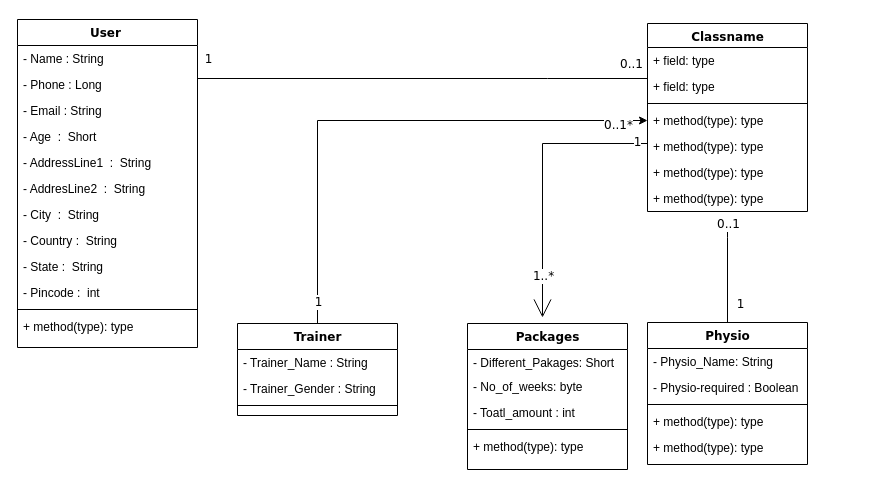
Before: Untitled Diagram.drawio in tcsrushabh/gitpractice, a draw.io diagram. Source tidied: cells renumbered, new cells numbered last; positions are measured from the earlier drawing's top-left corner, leaving out a move shared by most shapes. Both pictures are drawn from the tidied source at 100%, with x=0, y=0 at pixel (17, 19).
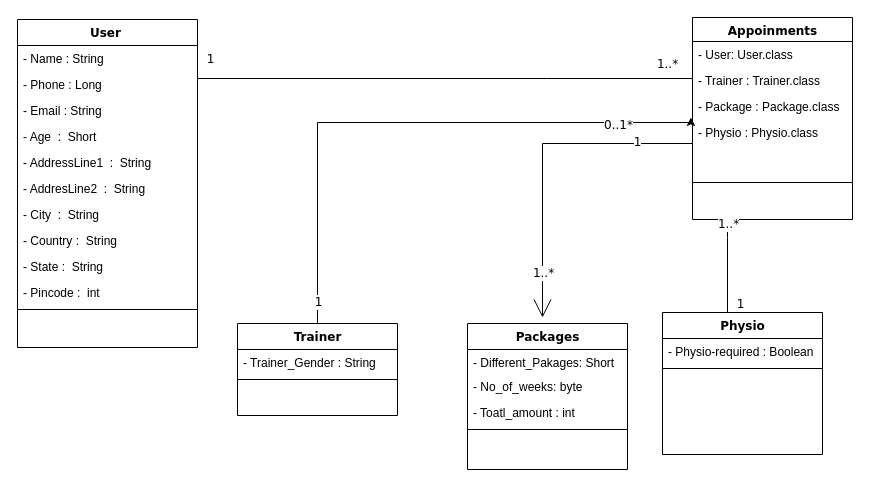
Above is the later version.

The change refers to these unchanged cells:
```xml
<mxCell id="2" value="User&amp;nbsp;" style="swimlane;html=1;fontStyle=1;align=center;verticalAlign=top;horizontal=1;startSize=26;swimlaneFillColor=#ffffff;rounded=0;shadow=0;comic=0;labelBackgroundColor=none;strokeWidth=1;fillColor=none;fontFamily=Verdana;fontSize=12;" parent="1" vertex="1">
  <mxGeometry width="180" height="328" as="geometry" />
</mxCell>
<mxCell id="17" style="edgeStyle=orthogonalEdgeStyle;rounded=0;html=1;labelBackgroundColor=none;startArrow=none;startFill=0;startSize=8;endArrow=none;endFill=0;endSize=16;fontFamily=Verdana;fontSize=12;" parent="1" edge="1" source="20" target="2">
  <mxGeometry relative="1" as="geometry">
    <Array as="points">
      <mxPoint x="530" y="59" />
      <mxPoint x="530" y="59" />
    </Array>
  </mxGeometry>
</mxCell>
<mxCell id="29" value="Trainer" style="swimlane;html=1;fontStyle=1;align=center;verticalAlign=top;horizontal=1;startSize=26;swimlaneFillColor=#ffffff;rounded=0;shadow=0;comic=0;labelBackgroundColor=none;strokeWidth=1;fillColor=none;fontFamily=Verdana;fontSize=12;" parent="1" vertex="1">
  <mxGeometry x="220" y="304" width="160" height="92" as="geometry" />
</mxCell>
<mxCell id="40" value="Packages" style="swimlane;html=1;fontStyle=1;align=center;verticalAlign=top;horizontal=1;startSize=26;swimlaneFillColor=#ffffff;rounded=0;shadow=0;comic=0;labelBackgroundColor=none;strokeWidth=1;fillColor=none;fontFamily=Verdana;fontSize=12;" parent="1" vertex="1">
  <mxGeometry x="450" y="304" width="160" height="146" as="geometry" />
</mxCell>
```

What changed in the source:
```diff
@@
-    <mxCell id="14" value="+ method(type): type" style="text;html=1;strokeColor=none;fillColor=none;align=left;verticalAlign=top;spacingLeft=4;spacingRight=4;whiteSpace=wrap;overflow=hidden;" parent="2" vertex="1">
-      <mxGeometry y="294" width="180" height="34" as="geometry" />
-    </mxCell>
@@
-    <mxCell id="18" value="0..1" style="text;html=1;align=center;verticalAlign=middle;labelBackgroundColor=#ffffff;fontSize=12;fontFamily=Verdana;" parent="17" vertex="1">
+    <mxCell id="18" value="1..*" style="text;html=1;align=center;verticalAlign=middle;labelBackgroundColor=#ffffff;fontSize=12;fontFamily=Verdana;" parent="17" vertex="1">
       <mxGeometry x="-0.57" y="-86" relative="1" as="geometry">
         <mxPoint x="80" y="71" as="offset" />
       </mxGeometry>
     </mxCell>
@@
-    <mxCell id="20" value="Classname" style="swimlane;html=1;fontStyle=1;align=center;verticalAlign=top;horizontal=1;startSize=24;swimlaneFillColor=#ffffff;rounded=0;shadow=0;comic=0;labelBackgroundColor=none;strokeWidth=1;fillColor=none;fontFamily=Verdana;fontSize=12;" parent="1" vertex="1">
-      <mxGeometry x="630" y="4" width="160" height="188" as="geometry" />
+    <mxCell id="20" value="Appoinments" style="swimlane;html=1;fontStyle=1;align=center;verticalAlign=top;horizontal=1;startSize=24;swimlaneFillColor=#ffffff;rounded=0;shadow=0;comic=0;labelBackgroundColor=none;strokeWidth=1;fillColor=none;fontFamily=Verdana;fontSize=12;" parent="1" vertex="1">
+      <mxGeometry x="675" y="-2" width="160" height="202" as="geometry" />
     </mxCell>
-    <mxCell id="21" value="+ field: type" style="text;html=1;strokeColor=none;fillColor=none;align=left;verticalAlign=top;spacingLeft=4;spacingRight=4;whiteSpace=wrap;overflow=hidden;" parent="20" vertex="1">
+    <mxCell id="21" value="- User: User.class" style="text;html=1;strokeColor=none;fillColor=none;align=left;verticalAlign=top;spacingLeft=4;spacingRight=4;whiteSpace=wrap;overflow=hidden;" parent="20" vertex="1">
       <mxGeometry y="24" width="160" height="26" as="geometry" />
     </mxCell>
-    <mxCell id="22" value="+ field: type" style="text;html=1;strokeColor=none;fillColor=none;align=left;verticalAlign=top;spacingLeft=4;spacingRight=4;whiteSpace=wrap;overflow=hidden;" parent="20" vertex="1">
+    <mxCell id="22" value="- Trainer : Trainer.class" style="text;html=1;strokeColor=none;fillColor=none;align=left;verticalAlign=top;spacingLeft=4;spacingRight=4;whiteSpace=wrap;overflow=hidden;" parent="20" vertex="1">
       <mxGeometry y="50" width="160" height="26" as="geometry" />
     </mxCell>
+    <mxCell id="51" value="- Package : Package.class" style="text;html=1;strokeColor=none;fillColor=none;align=left;verticalAlign=top;spacingLeft=4;spacingRight=4;whiteSpace=wrap;overflow=hidden;" parent="20" vertex="1">
+      <mxGeometry y="76" width="160" height="26" as="geometry" />
+    </mxCell>
+    <mxCell id="52" value="- Physio : Physio.class" style="text;html=1;strokeColor=none;fillColor=none;align=left;verticalAlign=top;spacingLeft=4;spacingRight=4;whiteSpace=wrap;overflow=hidden;points=[[0,0.5],[1,0.5]];portConstraint=eastwest;" parent="20" vertex="1">
+      <mxGeometry y="102" width="160" height="26" as="geometry" />
+    </mxCell>
     <mxCell id="23" style="line;html=1;strokeWidth=1;fillColor=none;align=left;verticalAlign=middle;spacingTop=-1;spacingLeft=3;spacingRight=3;labelPosition=right;" parent="20" vertex="1">
-      <mxGeometry y="76" width="160" height="8" as="geometry" />
+      <mxGeometry y="128" width="160" height="74" as="geometry" />
     </mxCell>
-    <mxCell id="24" value="+ method(type): type" style="text;html=1;strokeColor=none;fillColor=none;align=left;verticalAlign=top;spacingLeft=4;spacingRight=4;whiteSpace=wrap;overflow=hidden;points=[[0,0.5],[1,0.5]];portConstraint=eastwest;" parent="20" vertex="1">
-      <mxGeometry y="84" width="160" height="26" as="geometry" />
-    </mxCell>
-    <mxCell id="25" value="+ method(type): type" style="text;html=1;strokeColor=none;fillColor=none;align=left;verticalAlign=top;spacingLeft=4;spacingRight=4;whiteSpace=wrap;overflow=hidden;" parent="20" vertex="1">
-      <mxGeometry y="110" width="160" height="26" as="geometry" />
-    </mxCell>
-    <mxCell id="26" value="+ method(type): type" style="text;html=1;strokeColor=none;fillColor=none;align=left;verticalAlign=top;spacingLeft=4;spacingRight=4;whiteSpace=wrap;overflow=hidden;" parent="20" vertex="1">
-      <mxGeometry y="136" width="160" height="26" as="geometry" />
-    </mxCell>
-    <mxCell id="27" value="+ method(type): type" style="text;html=1;strokeColor=none;fillColor=none;align=left;verticalAlign=top;spacingLeft=4;spacingRight=4;whiteSpace=wrap;overflow=hidden;" parent="20" vertex="1">
-      <mxGeometry y="162" width="160" height="26" as="geometry" />
-    </mxCell>
-    <mxCell id="28" style="edgeStyle=orthogonalEdgeStyle;rounded=0;jettySize=auto;html=1;exitX=0.5;exitY=0;exitDx=0;exitDy=0;entryX=0;entryY=0.5;entryDx=0;entryDy=0;" parent="1" edge="1" source="29" target="24">
-      <mxGeometry relative="1" as="geometry" />
+    <mxCell id="28" style="edgeStyle=orthogonalEdgeStyle;rounded=0;jettySize=auto;html=1;exitX=0.5;exitY=0;exitDx=0;exitDy=0;entryX=-0.01;entryY=-0.081;entryDx=0;entryDy=0;entryPerimeter=0;" parent="1" edge="1" source="29" target="52">
+      <mxGeometry relative="1" as="geometry">
+        <Array as="points">
+          <mxPoint x="300" y="103" />
+          <mxPoint x="673" y="103" />
+        </Array>
+      </mxGeometry>
     </mxCell>
@@
-    <mxCell id="30" value="- Trainer_Name : String" style="text;html=1;strokeColor=none;fillColor=none;align=left;verticalAlign=top;spacingLeft=4;spacingRight=4;whiteSpace=wrap;overflow=hidden;" parent="29" vertex="1">
-      <mxGeometry y="26" width="160" height="26" as="geometry" />
-    </mxCell>
     <mxCell id="31" value="- Trainer_Gender : String" style="text;html=1;strokeColor=none;fillColor=none;align=left;verticalAlign=top;spacingLeft=4;spacingRight=4;whiteSpace=wrap;overflow=hidden;" parent="29" vertex="1">
-      <mxGeometry y="52" width="160" height="26" as="geometry" />
+      <mxGeometry y="26" width="160" height="26" as="geometry" />
     </mxCell>
     <mxCell id="32" style="line;html=1;strokeWidth=1;fillColor=none;align=left;verticalAlign=middle;spacingTop=-1;spacingLeft=3;spacingRight=3;labelPosition=right;" parent="29" vertex="1">
-      <mxGeometry y="78" width="160" height="8" as="geometry" />
+      <mxGeometry y="52" width="160" height="8" as="geometry" />
     </mxCell>
@@
     <mxCell id="34" value="Physio" style="swimlane;html=1;fontStyle=1;align=center;verticalAlign=top;horizontal=1;startSize=26;swimlaneFillColor=#ffffff;rounded=0;shadow=0;comic=0;labelBackgroundColor=none;strokeWidth=1;fillColor=none;fontFamily=Verdana;fontSize=12;" parent="1" vertex="1">
-      <mxGeometry x="630" y="303" width="160" height="142" as="geometry" />
+      <mxGeometry x="645" y="293" width="160" height="142" as="geometry" />
     </mxCell>
-    <mxCell id="35" value="- Physio_Name: String" style="text;html=1;strokeColor=none;fillColor=none;align=left;verticalAlign=top;spacingLeft=4;spacingRight=4;whiteSpace=wrap;overflow=hidden;" parent="34" vertex="1">
-      <mxGeometry y="26" width="160" height="26" as="geometry" />
-    </mxCell>
     <mxCell id="36" value="- Physio-required : Boolean" style="text;html=1;strokeColor=none;fillColor=none;align=left;verticalAlign=top;spacingLeft=4;spacingRight=4;whiteSpace=wrap;overflow=hidden;" parent="34" vertex="1">
-      <mxGeometry y="52" width="160" height="26" as="geometry" />
+      <mxGeometry y="26" width="160" height="26" as="geometry" />
     </mxCell>
     <mxCell id="37" style="line;html=1;strokeWidth=1;fillColor=none;align=left;verticalAlign=middle;spacingTop=-1;spacingLeft=3;spacingRight=3;labelPosition=right;" parent="34" vertex="1">
-      <mxGeometry y="78" width="160" height="8" as="geometry" />
+      <mxGeometry y="52" width="160" height="8" as="geometry" />
     </mxCell>
-    <mxCell id="38" value="+ method(type): type" style="text;html=1;strokeColor=none;fillColor=none;align=left;verticalAlign=top;spacingLeft=4;spacingRight=4;whiteSpace=wrap;overflow=hidden;" parent="34" vertex="1">
-      <mxGeometry y="86" width="160" height="26" as="geometry" />
-    </mxCell>
-    <mxCell id="39" value="+ method(type): type" style="text;html=1;strokeColor=none;fillColor=none;align=left;verticalAlign=top;spacingLeft=4;spacingRight=4;whiteSpace=wrap;overflow=hidden;" parent="34" vertex="1">
-      <mxGeometry y="112" width="160" height="26" as="geometry" />
-    </mxCell>
@@
-    <mxCell id="45" value="+ method(type): type" style="text;html=1;strokeColor=none;fillColor=none;align=left;verticalAlign=top;spacingLeft=4;spacingRight=4;whiteSpace=wrap;overflow=hidden;" parent="40" vertex="1">
-      <mxGeometry y="110" width="160" height="26" as="geometry" />
-    </mxCell>
@@
-    <mxCell id="49" value="0..1" style="text;html=1;align=center;verticalAlign=middle;labelBackgroundColor=#ffffff;fontSize=12;fontFamily=Verdana;" parent="1" vertex="1">
+    <mxCell id="49" value="1..*" style="text;html=1;align=center;verticalAlign=middle;labelBackgroundColor=#ffffff;fontSize=12;fontFamily=Verdana;" parent="1" vertex="1">
       <mxGeometry x="615" y="54.1" as="geometry">
         <mxPoint x="95" y="150" as="offset" />
       </mxGeometry>
     </mxCell>
```
